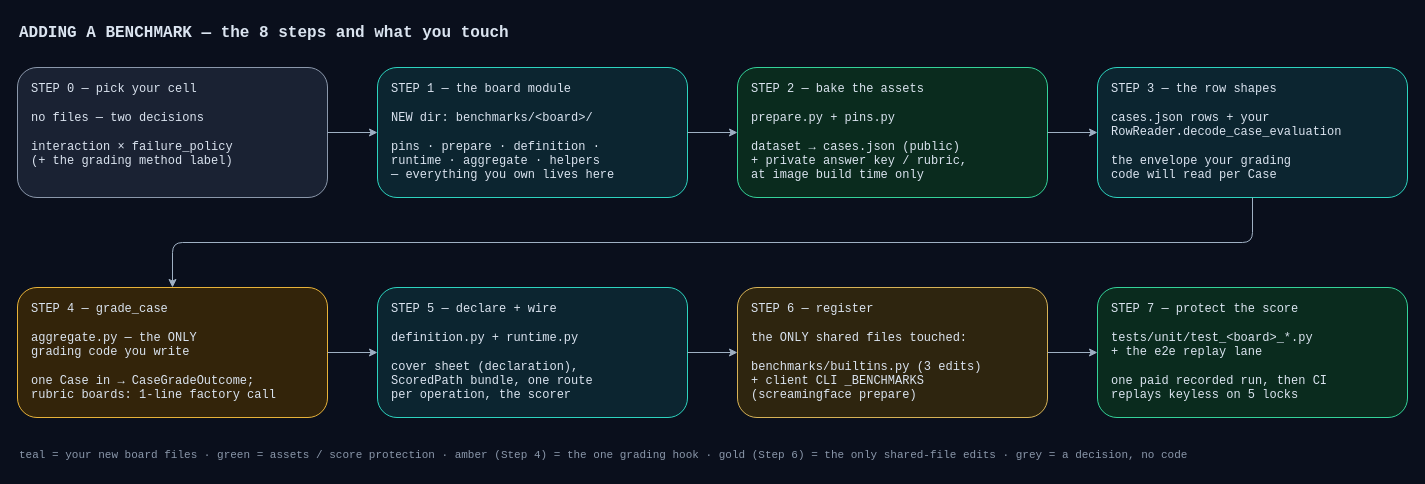
ScreamingFace/screamingface keeps this draw.io diagram as apps/screamingface-engine/docs/diagrams/benchmark-onboarding-steps.drawio. Above is the earlier version. Source tidied: cells renumbered, new cells numbered last; positions are measured from the earlier drawing's top-left corner, leaving out a move shared by most shapes. Both pictures are drawn from the tidied source at 100%, with x=0, y=0 at pixel (17, 17).
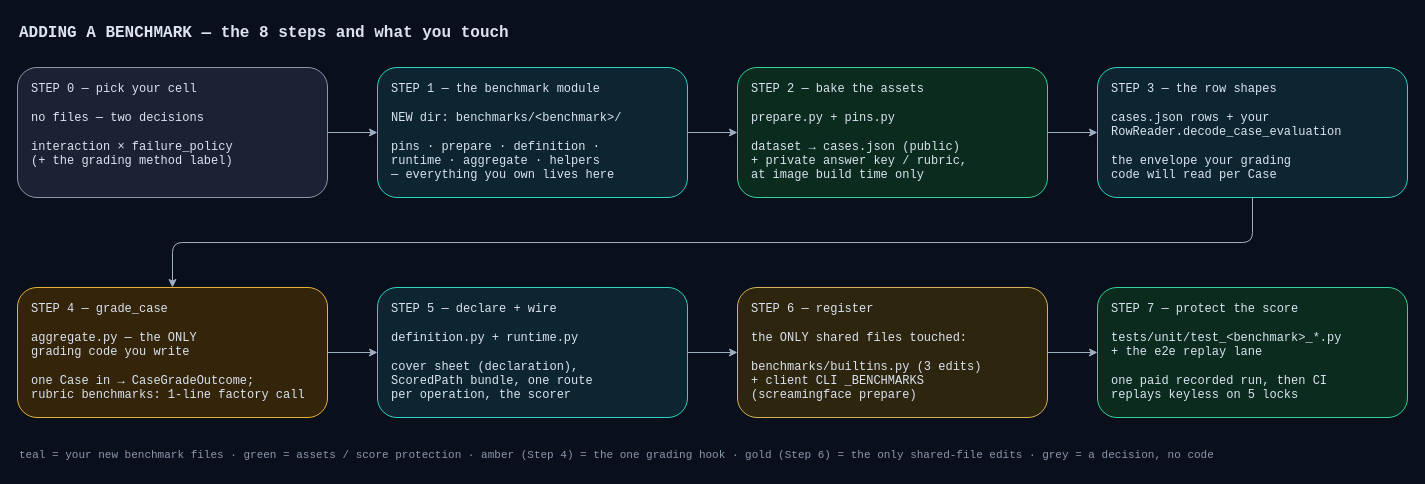
Above is the later version.

The edit, as a diff of the source:
```diff
@@
-    <mxCell id="4" value="STEP 1 — the board module&#10;&#10;NEW dir: benchmarks/&amp;lt;board&amp;gt;/&#10;&#10;pins · prepare · definition ·&#10;runtime · aggregate · helpers&#10;— everything you own lives here" style="rounded=1;whiteSpace=wrap;html=1;fillColor=#0c2530;strokeColor=#2dd4bf;fontColor=#dbe4f0;fontFamily=Courier New;fontSize=12;align=left;spacingLeft=12;verticalAlign=top;spacingTop=8;" parent="1" vertex="1">
+    <mxCell id="4" value="STEP 1 — the benchmark module&#10;&#10;NEW dir: benchmarks/&amp;lt;benchmark&amp;gt;/&#10;&#10;pins · prepare · definition ·&#10;runtime · aggregate · helpers&#10;— everything you own lives here" style="rounded=1;whiteSpace=wrap;html=1;fillColor=#0c2530;strokeColor=#2dd4bf;fontColor=#dbe4f0;fontFamily=Courier New;fontSize=12;align=left;spacingLeft=12;verticalAlign=top;spacingTop=8;" parent="1" vertex="1">
       <mxGeometry x="360" y="50" width="310" height="130" as="geometry" />
     </mxCell>
@@
-    <mxCell id="7" value="STEP 4 — grade_case&#10;&#10;aggregate.py — the ONLY&#10;grading code you write&#10;&#10;one Case in → CaseGradeOutcome;&#10;rubric boards: 1-line factory call" style="rounded=1;whiteSpace=wrap;html=1;fillColor=#33240a;strokeColor=#e8b339;fontColor=#dbe4f0;fontFamily=Courier New;fontSize=12;align=left;spacingLeft=12;verticalAlign=top;spacingTop=8;" parent="1" vertex="1">
+    <mxCell id="7" value="STEP 4 — grade_case&#10;&#10;aggregate.py — the ONLY&#10;grading code you write&#10;&#10;one Case in → CaseGradeOutcome;&#10;rubric benchmarks: 1-line factory call" style="rounded=1;whiteSpace=wrap;html=1;fillColor=#33240a;strokeColor=#e8b339;fontColor=#dbe4f0;fontFamily=Courier New;fontSize=12;align=left;spacingLeft=12;verticalAlign=top;spacingTop=8;" parent="1" vertex="1">
       <mxGeometry y="270" width="310" height="130" as="geometry" />
     </mxCell>
@@
-    <mxCell id="10" value="STEP 7 — protect the score&#10;&#10;tests/unit/test_&amp;lt;board&amp;gt;_*.py&#10;+ the e2e replay lane&#10;&#10;one paid recorded run, then CI&#10;replays keyless on 5 locks" style="rounded=1;whiteSpace=wrap;html=1;fillColor=#0a2b1e;strokeColor=#34d399;fontColor=#dbe4f0;fontFamily=Courier New;fontSize=12;align=left;spacingLeft=12;verticalAlign=top;spacingTop=8;" parent="1" vertex="1">
+    <mxCell id="10" value="STEP 7 — protect the score&#10;&#10;tests/unit/test_&amp;lt;benchmark&amp;gt;_*.py&#10;+ the e2e replay lane&#10;&#10;one paid recorded run, then CI&#10;replays keyless on 5 locks" style="rounded=1;whiteSpace=wrap;html=1;fillColor=#0a2b1e;strokeColor=#34d399;fontColor=#dbe4f0;fontFamily=Courier New;fontSize=12;align=left;spacingLeft=12;verticalAlign=top;spacingTop=8;" parent="1" vertex="1">
       <mxGeometry x="1080" y="270" width="310" height="130" as="geometry" />
     </mxCell>
@@
-    <mxCell id="18" value="teal = your new board files · green = assets / score protection · amber (Step 4) = the one grading hook · gold (Step 6) = the only shared-file edits · grey = a decision, no code" style="text;html=1;align=left;fontColor=#8b98ab;fontFamily=Courier New;fontSize=11;" parent="1" vertex="1">
+    <mxCell id="18" value="teal = your new benchmark files · green = assets / score protection · amber (Step 4) = the one grading hook · gold (Step 6) = the only shared-file edits · grey = a decision, no code" style="text;html=1;align=left;fontColor=#8b98ab;fontFamily=Courier New;fontSize=11;" parent="1" vertex="1">
       <mxGeometry y="425" width="1390" height="25" as="geometry" />
     </mxCell>
```
